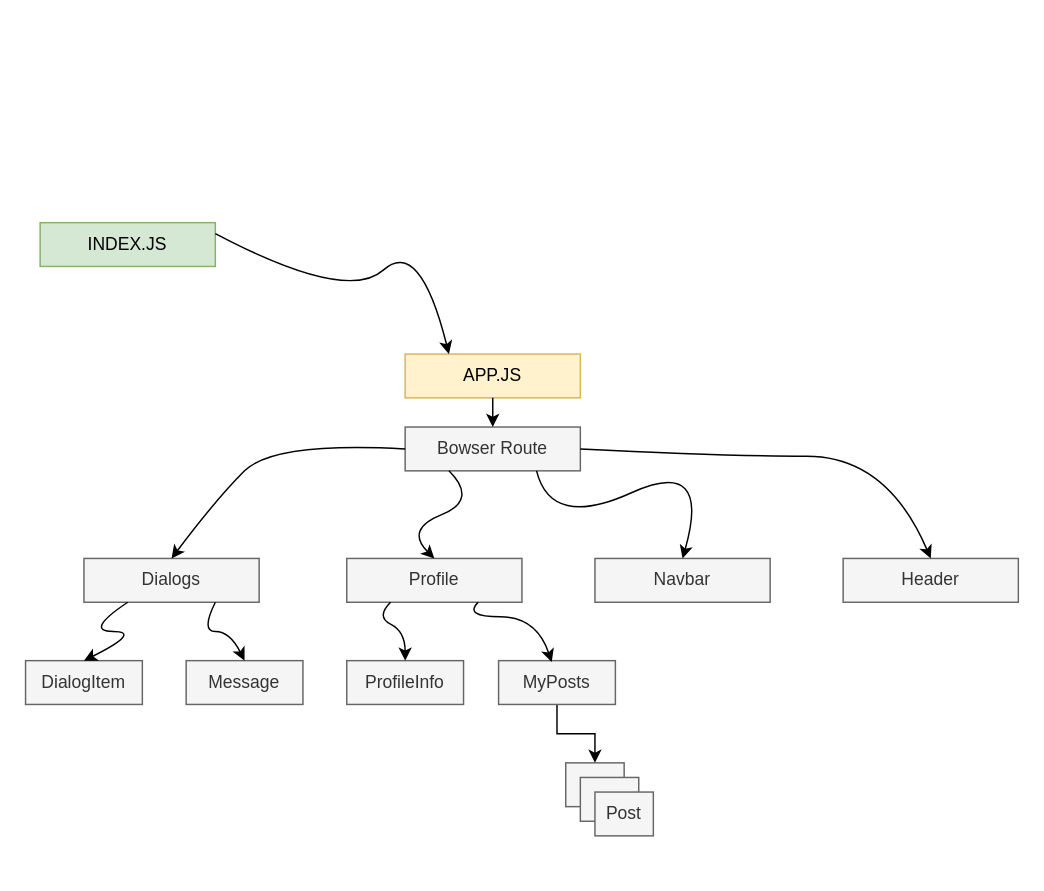
AlehBarushka/DEV-COMMUNITY keeps this draw.io diagram as src/Component-tree.drawio. Above is the earlier version. Source tidied: cells renumbered, new cells numbered last; positions are measured from the earlier drawing's top-left corner, leaving out a move shared by most shapes. Both pictures are drawn from the tidied source at 146%, with x=0, y=0 at pixel (25, 222).
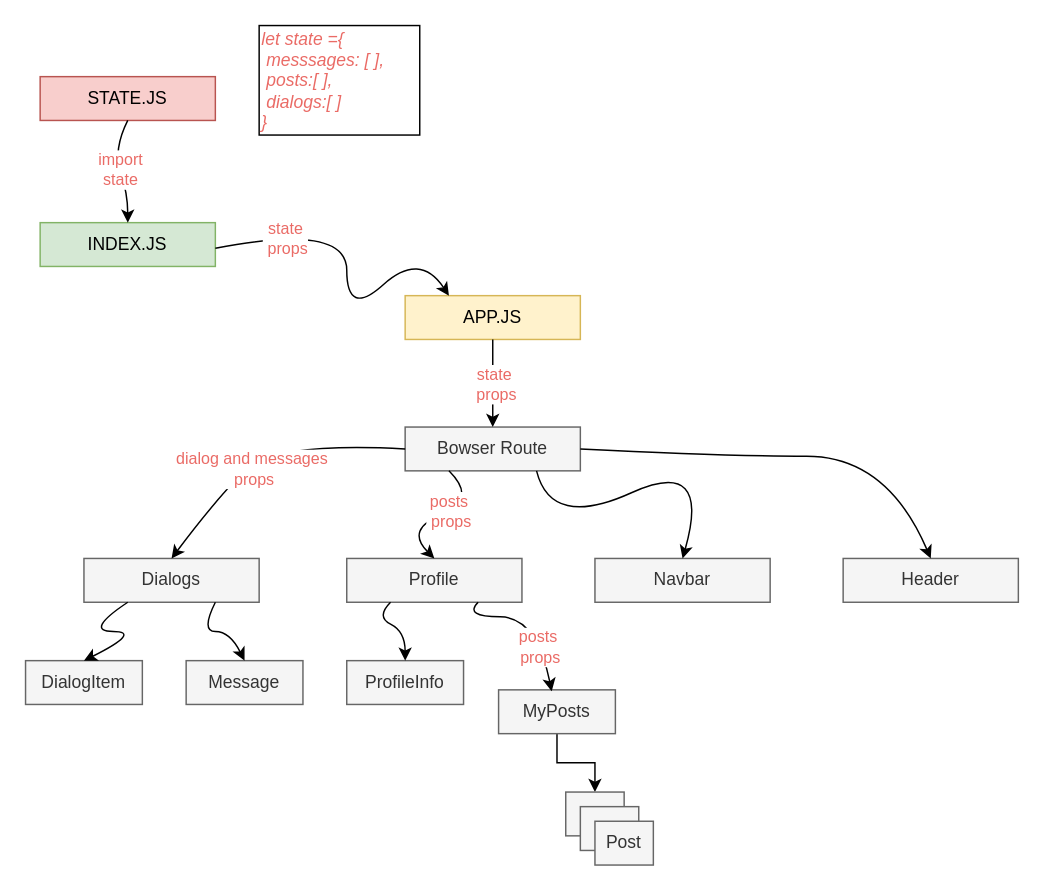
The same page after the edit.

The change refers to these unchanged cells:
```xml
<mxCell id="2" value="INDEX.JS" style="rounded=0;whiteSpace=wrap;html=1;fillColor=#d5e8d4;strokeColor=#82b366;" parent="1" vertex="1">
  <mxGeometry x="10" width="120" height="30" as="geometry" />
</mxCell>
<mxCell id="11" style="curved=1;endArrow=classic;html=1;rounded=0;exitX=0;exitY=0.5;exitDx=0;exitDy=0;entryX=0.5;entryY=0;entryDx=0;entryDy=0;" parent="1" edge="1" source="5" target="6">
  <mxGeometry relative="1" as="geometry">
    <Array as="points">
      <mxPoint x="170" y="150" />
      <mxPoint x="130" y="190" />
    </Array>
  </mxGeometry>
</mxCell>
<mxCell id="12" style="curved=1;endArrow=classic;html=1;rounded=0;exitX=0.25;exitY=1;exitDx=0;exitDy=0;entryX=0.5;entryY=0;entryDx=0;entryDy=0;" parent="1" edge="1" source="5" target="9">
  <mxGeometry relative="1" as="geometry">
    <Array as="points">
      <mxPoint x="310" y="190" />
      <mxPoint x="260" y="210" />
    </Array>
  </mxGeometry>
</mxCell>
<mxCell id="26" style="curved=1;endArrow=classic;html=1;rounded=0;exitX=0.75;exitY=1;exitDx=0;exitDy=0;entryX=0.455;entryY=0.033;entryDx=0;entryDy=0;entryPerimeter=0;" parent="1" edge="1" source="9" target="19">
  <mxGeometry relative="1" as="geometry">
    <Array as="points">
      <mxPoint x="300" y="270" />
      <mxPoint x="350" y="270" />
    </Array>
  </mxGeometry>
</mxCell>
```

Change to the diagram source:
```diff
@@
     <mxCell id="3" value="APP.JS" style="rounded=0;whiteSpace=wrap;html=1;fillColor=#fff2cc;strokeColor=#d6b656;" parent="1" vertex="1">
-      <mxGeometry x="260" y="90" width="120" height="30" as="geometry" />
+      <mxGeometry x="260" y="50" width="120" height="30" as="geometry" />
     </mxCell>
-    <mxCell id="4" style="curved=1;endArrow=classic;html=1;rounded=0;entryX=0.25;entryY=0;entryDx=0;entryDy=0;exitX=1;exitY=0.25;exitDx=0;exitDy=0;" parent="1" edge="1" source="2" target="3">
+    <mxCell id="4" style="curved=1;endArrow=classic;html=1;rounded=0;exitX=1;exitY=0.25;exitDx=0;exitDy=0;" parent="1" edge="1">
       <mxGeometry relative="1" as="geometry">
+        <mxPoint x="130" y="17.5" as="sourcePoint" />
+        <mxPoint x="290" y="50" as="targetPoint" />
         <Array as="points">
-          <mxPoint x="220" y="55" />
-          <mxPoint x="270" y="10" />
+          <mxPoint x="220" />
+          <mxPoint x="220" y="65" />
+          <mxPoint x="270" y="20" />
         </Array>
       </mxGeometry>
     </mxCell>
+    <mxCell id="27" value="&lt;font color=&quot;#ea6b66&quot;&gt;state&lt;br&gt;&amp;nbsp;props&lt;/font&gt;" style="edgeLabel;html=1;align=center;verticalAlign=middle;" parent="4" vertex="1">
+      <mxGeometry x="-0.48" y="8" relative="1" as="geometry">
+        <mxPoint x="-18" y="14" as="offset" />
+      </mxGeometry>
+    </mxCell>
@@
+    <mxCell id="28" value="dialog and messages&lt;br&gt;&amp;nbsp;props" style="edgeLabel;html=1;align=center;verticalAlign=middle;fontColor=#EA6B66;" parent="11" vertex="1">
+      <mxGeometry x="0.16" y="2" relative="1" as="geometry" />
+    </mxCell>
@@
+    <mxCell id="29" value="posts&lt;br&gt;&amp;nbsp;props" style="edgeLabel;html=1;align=center;verticalAlign=middle;fontColor=#EA6B66;" parent="12" vertex="1">
+      <mxGeometry x="-0.1" y="-1" relative="1" as="geometry" />
+    </mxCell>
@@
     <mxCell id="19" value="MyPosts" style="rounded=0;whiteSpace=wrap;html=1;fillColor=#f5f5f5;strokeColor=#666666;fontColor=#333333;" parent="1" vertex="1">
-      <mxGeometry x="324" y="300" width="80" height="30" as="geometry" />
+      <mxGeometry x="324" y="320" width="80" height="30" as="geometry" />
     </mxCell>
     <mxCell id="20" style="rounded=0;whiteSpace=wrap;html=1;fillColor=#f5f5f5;strokeColor=#666666;fontColor=#333333;" parent="1" vertex="1">
-      <mxGeometry x="370" y="370" width="40" height="30" as="geometry" />
+      <mxGeometry x="370" y="390" width="40" height="30" as="geometry" />
     </mxCell>
     <mxCell id="21" style="rounded=0;whiteSpace=wrap;html=1;fillColor=#f5f5f5;strokeColor=#666666;fontColor=#333333;" parent="1" vertex="1">
-      <mxGeometry x="380" y="380" width="40" height="30" as="geometry" />
+      <mxGeometry x="380" y="400" width="40" height="30" as="geometry" />
     </mxCell>
     <mxCell id="22" value="Post" style="rounded=0;whiteSpace=wrap;html=1;fillColor=#f5f5f5;strokeColor=#666666;fontColor=#333333;" parent="1" vertex="1">
-      <mxGeometry x="390" y="390" width="40" height="30" as="geometry" />
+      <mxGeometry x="390" y="410" width="40" height="30" as="geometry" />
     </mxCell>
@@
+    <mxCell id="30" value="posts&lt;br&gt;&amp;nbsp;props" style="edgeLabel;html=1;align=center;verticalAlign=middle;fontColor=#EA6B66;" parent="26" vertex="1">
+      <mxGeometry x="0.18" y="-5" relative="1" as="geometry">
+        <mxPoint x="4" y="15" as="offset" />
+      </mxGeometry>
+    </mxCell>
+    <mxCell id="31" value="STATE.JS" style="rounded=0;whiteSpace=wrap;html=1;fillColor=#f8cecc;strokeColor=#b85450;" parent="1" vertex="1">
+      <mxGeometry x="10" y="-100" width="120" height="30" as="geometry" />
+    </mxCell>
+    <mxCell id="32" value="&lt;font color=&quot;#ea6b66&quot;&gt;import&lt;br&gt;state&lt;/font&gt;" style="curved=1;endArrow=classic;html=1;rounded=0;exitX=0.5;exitY=1;exitDx=0;exitDy=0;entryX=0.5;entryY=0;entryDx=0;entryDy=0;" parent="1" edge="1" source="31" target="2">
+      <mxGeometry relative="1" as="geometry">
+        <Array as="points">
+          <mxPoint x="60" y="-50" />
+          <mxPoint x="70" y="-20" />
+        </Array>
+      </mxGeometry>
+    </mxCell>
+    <mxCell id="33" value="&lt;i&gt;&lt;font color=&quot;#ea6b66&quot;&gt;let state ={&lt;br&gt;&lt;span style=&quot;white-space: pre&quot;&gt; &lt;/span&gt;messsages: [ ],&lt;br&gt;&lt;span style=&quot;white-space: pre&quot;&gt; &lt;/span&gt;posts:[ ],&lt;br&gt;&lt;span style=&quot;white-space: pre&quot;&gt; &lt;/span&gt;dialogs:[ ]&lt;br&gt;}&lt;/font&gt;&lt;/i&gt;" style="rounded=0;whiteSpace=wrap;html=1;align=left;" parent="1" vertex="1">
+      <mxGeometry x="160" y="-135" width="110" height="75" as="geometry" />
+    </mxCell>
+    <mxCell id="34" value="&lt;font color=&quot;#ea6b66&quot;&gt;state&lt;br&gt;&amp;nbsp;props&lt;/font&gt;" style="edgeLabel;html=1;align=center;verticalAlign=middle;" parent="1" vertex="1">
+      <mxGeometry x="320" y="110" as="geometry" />
+    </mxCell>
```
